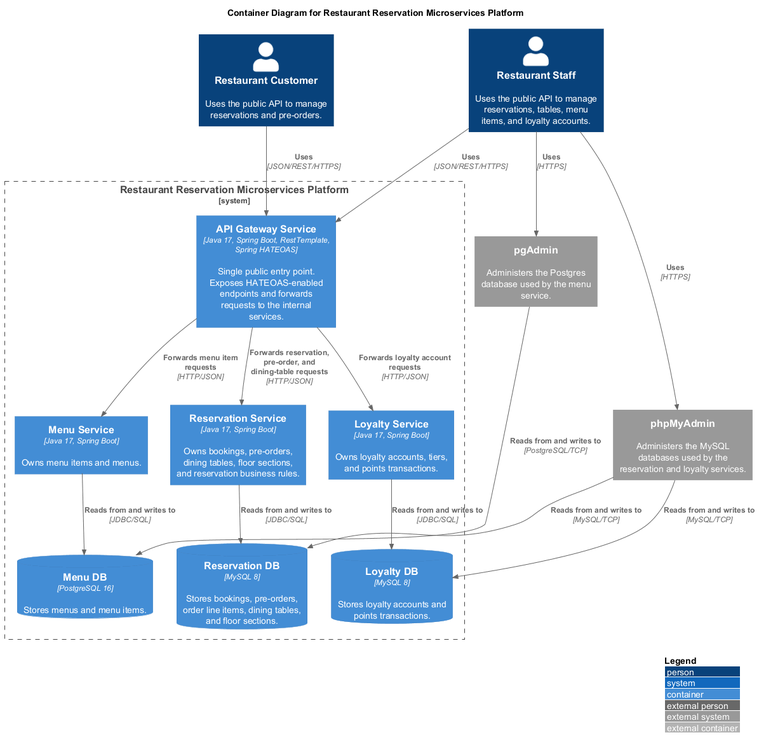
The PlantUML diagram diagrams/C4_Level2_container.png in Gvxng/restaurant-reservation, before a commit.
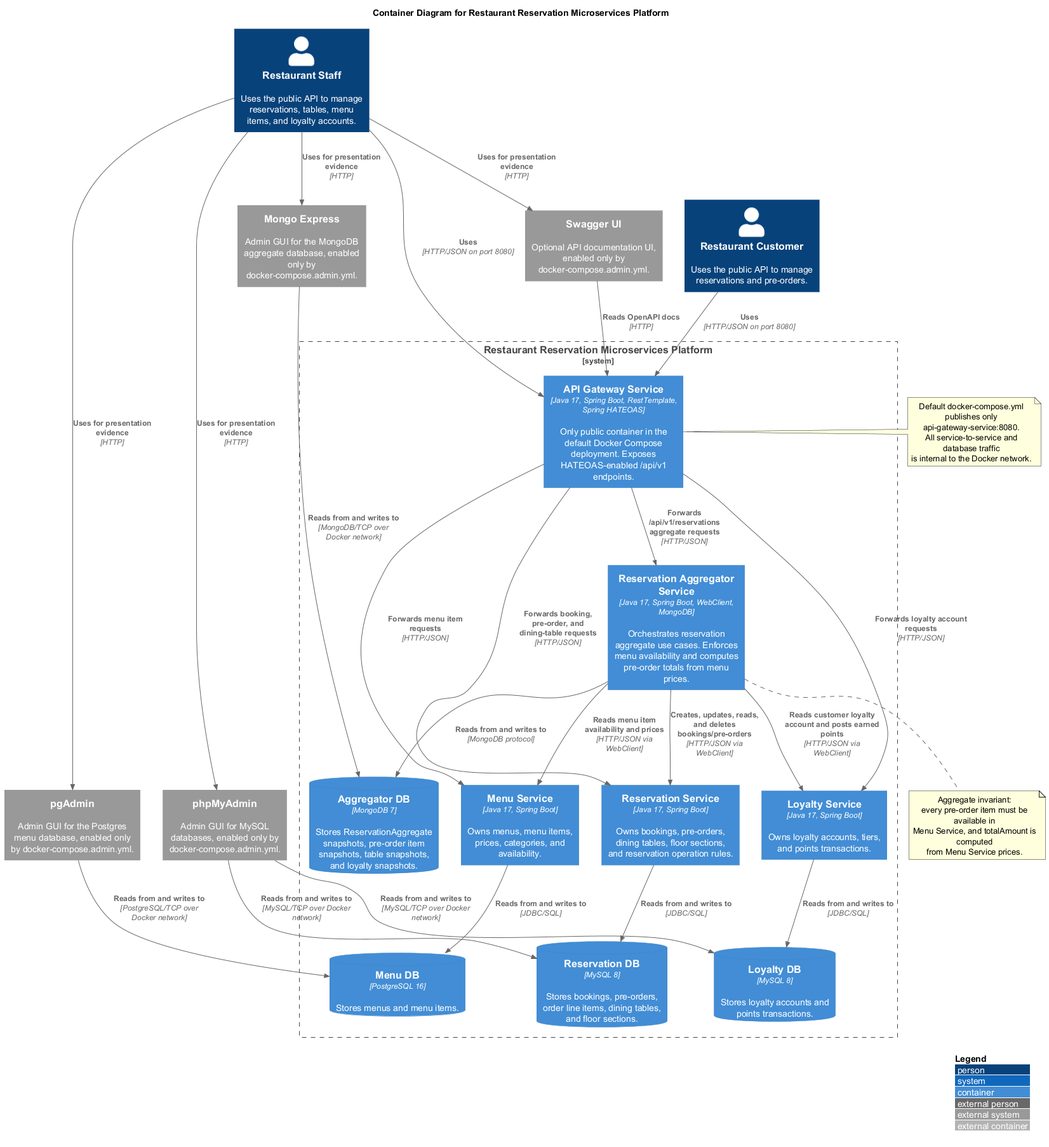
The same diagram one commit later.

Diff of the diagram source:
```diff
@@ -7,37 +7,67 @@
 Person(customer, "Restaurant Customer", "Uses the public API to manage reservations and pre-orders.")
 Person(staff, "Restaurant Staff", "Uses the public API to manage reservations, tables, menu items, and loyalty accounts.")
 
-System_Ext(mysql_admin, "phpMyAdmin", "Administers the MySQL databases used by the reservation and loyalty services.")
-System_Ext(pgadmin, "pgAdmin", "Administers the Postgres database used by the menu service.")
+System_Ext(mysql_admin, "phpMyAdmin", "Admin GUI for MySQL databases, enabled only by docker-compose.admin.yml.")
+System_Ext(pgadmin, "pgAdmin", "Admin GUI for the Postgres menu database, enabled only by docker-compose.admin.yml.")
+System_Ext(mongo_express, "Mongo Express", "Admin GUI for the MongoDB aggregate database, enabled only by docker-compose.admin.yml.")
+System_Ext(swagger_ui, "Swagger UI", "Optional API documentation UI, enabled only by docker-compose.admin.yml.")
 
 System_Boundary(c1, "Restaurant Reservation Microservices Platform") {
-    Container(api_gateway, "API Gateway Service", "Java 17, Spring Boot, RestTemplate, Spring HATEOAS", "Single public entry point. Exposes HATEOAS-enabled endpoints and forwards requests to the internal services.")
+    Container(api_gateway, "API Gateway Service", "Java 17, Spring Boot, RestTemplate, Spring HATEOAS", "Only public container in the default Docker Compose deployment. Exposes HATEOAS-enabled /api/v1 endpoints.")
 
-    Container(reservation_service, "Reservation Service", "Java 17, Spring Boot", "Owns bookings, pre-orders, dining tables, floor sections, and reservation business rules.")
+    Container(reservation_aggregator_service, "Reservation Aggregator Service", "Java 17, Spring Boot, WebClient, MongoDB", "Orchestrates reservation aggregate use cases. Enforces menu availability and computes pre-order totals from menu prices.")
+    ContainerDb(aggregator_db, "Aggregator DB", "MongoDB 7", "Stores ReservationAggregate snapshots, pre-order item snapshots, table snapshots, and loyalty snapshots.")
+
+    Container(reservation_service, "Reservation Service", "Java 17, Spring Boot", "Owns bookings, pre-orders, dining tables, floor sections, and reservation operation rules.")
     ContainerDb(reservation_db, "Reservation DB", "MySQL 8", "Stores bookings, pre-orders, order line items, dining tables, and floor sections.")
 
-    Container(menu_service, "Menu Service", "Java 17, Spring Boot", "Owns menu items and menus.")
+    Container(menu_service, "Menu Service", "Java 17, Spring Boot", "Owns menus, menu items, prices, categories, and availability.")
     ContainerDb(menu_db, "Menu DB", "PostgreSQL 16", "Stores menus and menu items.")
 
     Container(loyalty_service, "Loyalty Service", "Java 17, Spring Boot", "Owns loyalty accounts, tiers, and points transactions.")
     ContainerDb(loyalty_db, "Loyalty DB", "MySQL 8", "Stores loyalty accounts and points transactions.")
 }
 
-Rel(customer, api_gateway, "Uses", "JSON/REST/HTTPS")
-Rel(staff, api_gateway, "Uses", "JSON/REST/HTTPS")
+Rel(customer, api_gateway, "Uses", "HTTP/JSON on port 8080")
+Rel(staff, api_gateway, "Uses", "HTTP/JSON on port 8080")
 
-Rel(api_gateway, reservation_service, "Forwards reservation, pre-order, and dining-table requests", "HTTP/JSON")
+Rel(api_gateway, reservation_aggregator_service, "Forwards /api/v1/reservations aggregate requests", "HTTP/JSON")
+Rel(api_gateway, reservation_service, "Forwards booking, pre-order, and dining-table requests", "HTTP/JSON")
 Rel(api_gateway, menu_service, "Forwards menu item requests", "HTTP/JSON")
 Rel(api_gateway, loyalty_service, "Forwards loyalty account requests", "HTTP/JSON")
 
+Rel(reservation_aggregator_service, reservation_service, "Creates, updates, reads, and deletes bookings/pre-orders", "HTTP/JSON via WebClient")
+Rel(reservation_aggregator_service, menu_service, "Reads menu item availability and prices", "HTTP/JSON via WebClient")
+Rel(reservation_aggregator_service, loyalty_service, "Reads customer loyalty account and posts earned points", "HTTP/JSON via WebClient")
+
+Rel_D(reservation_aggregator_service, aggregator_db, "Reads from and writes to", "MongoDB protocol")
 Rel_D(reservation_service, reservation_db, "Reads from and writes to", "JDBC/SQL")
 Rel_D(menu_service, menu_db, "Reads from and writes to", "JDBC/SQL")
 Rel_D(loyalty_service, loyalty_db, "Reads from and writes to", "JDBC/SQL")
 
-Rel(staff, mysql_admin, "Uses", "HTTPS")
-Rel(staff, pgadmin, "Uses", "HTTPS")
-Rel(mysql_admin, reservation_db, "Reads from and writes to", "MySQL/TCP")
-Rel(mysql_admin, loyalty_db, "Reads from and writes to", "MySQL/TCP")
-Rel(pgadmin, menu_db, "Reads from and writes to", "PostgreSQL/TCP")
+Rel(staff, mysql_admin, "Uses for presentation evidence", "HTTP")
+Rel(staff, pgadmin, "Uses for presentation evidence", "HTTP")
+Rel(staff, mongo_express, "Uses for presentation evidence", "HTTP")
+Rel(staff, swagger_ui, "Uses for presentation evidence", "HTTP")
+
+Rel(mysql_admin, reservation_db, "Reads from and writes to", "MySQL/TCP over Docker network")
+Rel(mysql_admin, loyalty_db, "Reads from and writes to", "MySQL/TCP over Docker network")
+Rel(pgadmin, menu_db, "Reads from and writes to", "PostgreSQL/TCP over Docker network")
+Rel(mongo_express, aggregator_db, "Reads from and writes to", "MongoDB/TCP over Docker network")
+Rel(swagger_ui, api_gateway, "Reads OpenAPI docs", "HTTP")
+
+note right of api_gateway
+  Default docker-compose.yml publishes only
+  api-gateway-service:8080.
+  All service-to-service and database traffic
+  is internal to the Docker network.
+end note
+
+note bottom of reservation_aggregator_service
+  Aggregate invariant:
+  every pre-order item must be available in
+  Menu Service, and totalAmount is computed
+  from Menu Service prices.
+end note
 
 @enduml
```
